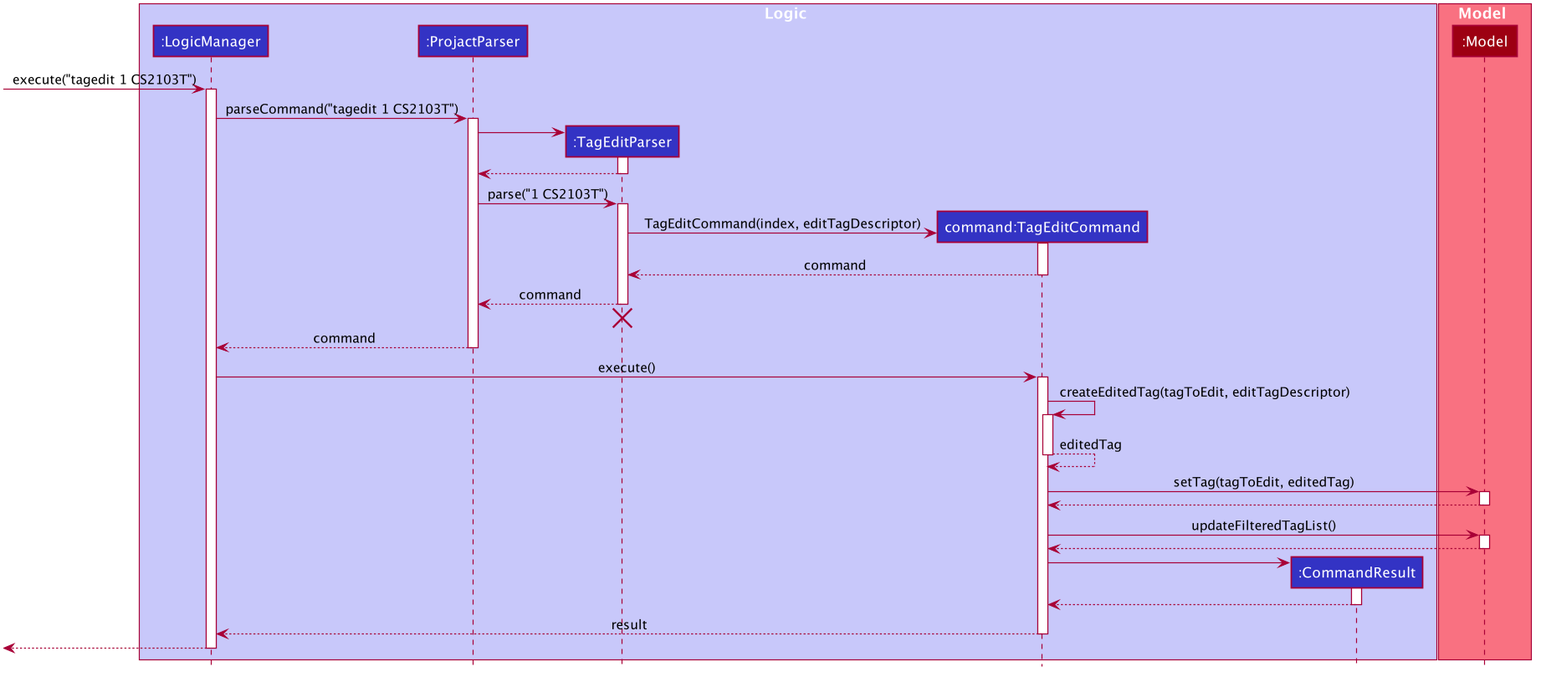
Earlier version of the PlantUML export docs/images/TagEditSequenceDiagram.png (siqiang-ng/tp). Its diagram source:
```plantuml
@startuml








skinparam BackgroundColor #FFFFFFF

skinparam Shadowing false

skinparam Class {
    FontColor #FFFFFF
    BorderThickness 1
    BorderColor #FFFFFF
    StereotypeFontColor #FFFFFF
    FontName Arial
}

skinparam Actor {
    BorderColor #000000
    Color #000000
    FontName Arial
}

skinparam Sequence {
    MessageAlign center
    BoxFontSize 15
    BoxPadding 0
    BoxFontColor #FFFFFF
    FontName Arial
}

skinparam Participant {
    FontColor #FFFFFFF
    Padding 20
}

skinparam MinClassWidth 50
skinparam ParticipantPadding 10
skinparam Shadowing false
skinparam DefaultTextAlignment center
skinparam packageStyle Rectangle

hide footbox
hide members
hide circle
box Logic #C8C8FA
participant ":LogicManager" as LogicManager #3333C4
participant ":ProjactParser" as ProjactParser #3333C4
participant ":TagEditParser" as TagEditParser #3333C4
participant "command:TagEditCommand" as TagEditCommand #3333C4
participant ":CommandResult" as CommandResult #3333C4
end box

box Model #F97181
participant ":Model" as Model #9D0012
end box

[-> LogicManager : execute("tagedit 1 CS2103T")
activate LogicManager

LogicManager -> ProjactParser : parseCommand("tagedit 1 CS2103T")
activate ProjactParser

create TagEditParser
ProjactParser -> TagEditParser
activate TagEditParser
TagEditParser --> ProjactParser

deactivate TagEditParser
ProjactParser -> TagEditParser : parse("1 CS2103T")
activate TagEditParser

create TagEditCommand
TagEditParser -> TagEditCommand : TagEditCommand(index, editTagDescriptor)
activate TagEditCommand

TagEditCommand --> TagEditParser : command
deactivate TagEditCommand

TagEditParser --> ProjactParser : command
deactivate TagEditParser
TagEditParser -[hidden]-> ProjactParser
destroy TagEditParser

ProjactParser --> LogicManager : command
deactivate ProjactParser

LogicManager -> TagEditCommand : execute()
activate TagEditCommand

TagEditCommand -> TagEditCommand : createEditedTag(tagToEdit, editTagDescriptor)
activate TagEditCommand
TagEditCommand ---> TagEditCommand : editedTag
deactivate TagEditCommand

TagEditCommand -> Model : setTag(tagToEdit, editedTag)
activate Model
Model ---> TagEditCommand
deactivate Model

TagEditCommand -> Model : updateFilteredTagList()
activate Model
Model ---> TagEditCommand
deactivate Model

create CommandResult
TagEditCommand -> CommandResult
activate CommandResult
CommandResult ---> TagEditCommand
deactivate CommandResult

TagEditCommand --> LogicManager : result
deactivate TagEditCommand

LogicManager -->[
deactivate LogicManager

@enduml
```
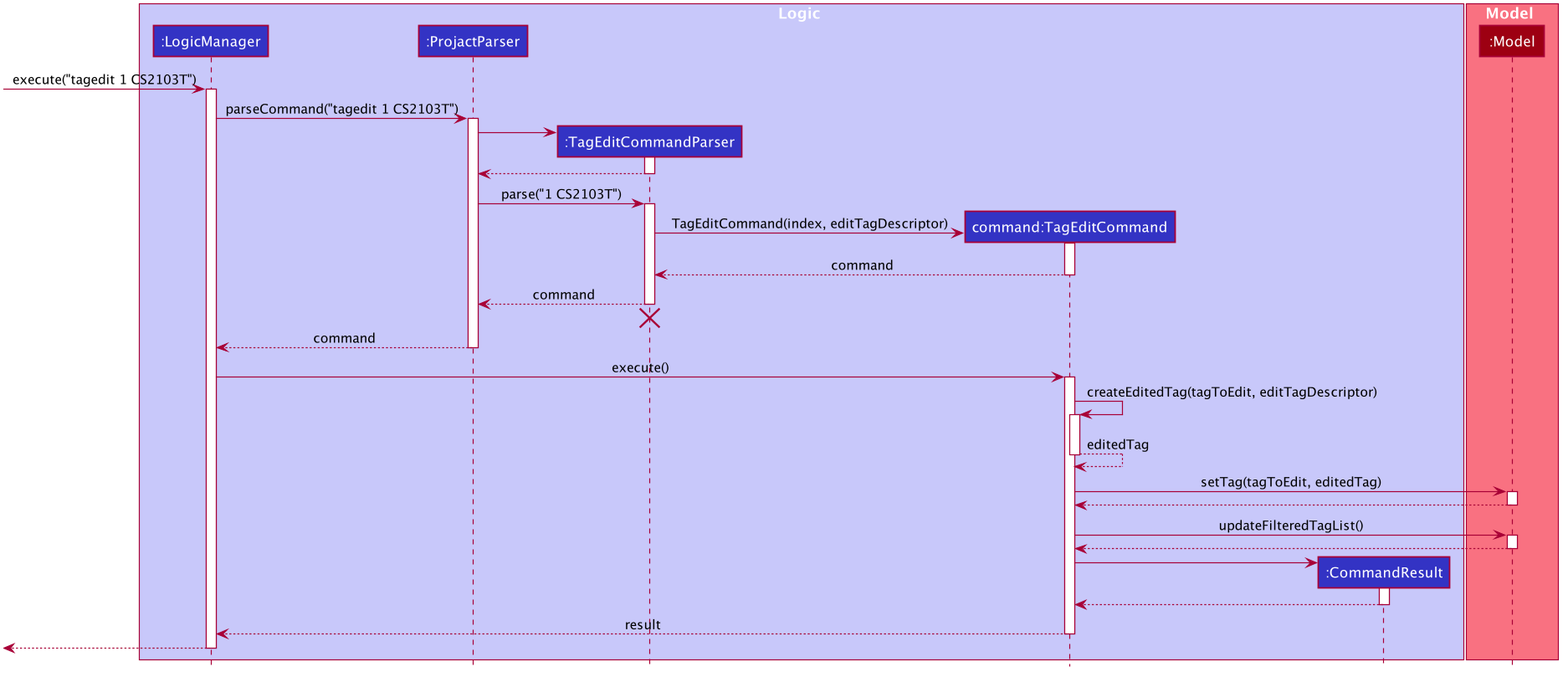
Above is the later version.

Diff of the diagram source:
```diff
@@ -50,7 +50,7 @@
 box Logic #C8C8FA
 participant ":LogicManager" as LogicManager #3333C4
 participant ":ProjactParser" as ProjactParser #3333C4
-participant ":TagEditParser" as TagEditParser #3333C4
+participant ":TagEditCommandParser" as TagEditCommandParser #3333C4
 participant "command:TagEditCommand" as TagEditCommand #3333C4
 participant ":CommandResult" as CommandResult #3333C4
 end box
@@ -65,26 +65,26 @@
 LogicManager -> ProjactParser : parseCommand("tagedit 1 CS2103T")
 activate ProjactParser
 
-create TagEditParser
-ProjactParser -> TagEditParser
-activate TagEditParser
-TagEditParser --> ProjactParser
+create TagEditCommandParser
+ProjactParser -> TagEditCommandParser
+activate TagEditCommandParser
+TagEditCommandParser --> ProjactParser
 
-deactivate TagEditParser
-ProjactParser -> TagEditParser : parse("1 CS2103T")
-activate TagEditParser
+deactivate TagEditCommandParser
+ProjactParser -> TagEditCommandParser : parse("1 CS2103T")
+activate TagEditCommandParser
 
 create TagEditCommand
-TagEditParser -> TagEditCommand : TagEditCommand(index, editTagDescriptor)
+TagEditCommandParser -> TagEditCommand : TagEditCommand(index, editTagDescriptor)
 activate TagEditCommand
 
-TagEditCommand --> TagEditParser : command
+TagEditCommand --> TagEditCommandParser : command
 deactivate TagEditCommand
 
-TagEditParser --> ProjactParser : command
-deactivate TagEditParser
-TagEditParser -[hidden]-> ProjactParser
-destroy TagEditParser
+TagEditCommandParser --> ProjactParser : command
+deactivate TagEditCommandParser
+TagEditCommandParser -[hidden]-> ProjactParser
+destroy TagEditCommandParser
 
 ProjactParser --> LogicManager : command
 deactivate ProjactParser
```
